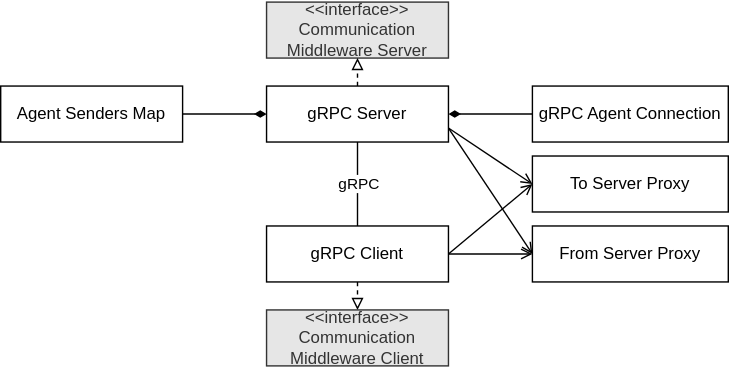
Before: grpc/doc/swdesign/drawio/unit_overview.drawio.svg, a diagram exported from draw.io (eclipse-ankaios/ankaios). Source tidied: cells renumbered, new cells last; positions are measured from the earlier drawing's top-left corner, leaving out a move shared by most shapes.
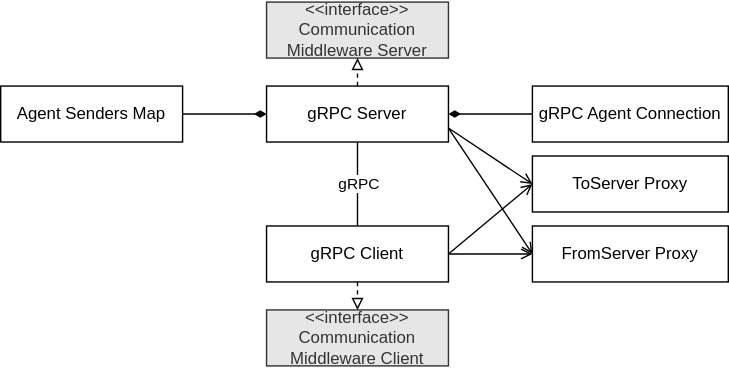
After the change.

Commit message:
Unifying ToServer and FromServer naming

Diff of the diagram source:
```diff
@@ -46,10 +46,10 @@
     <mxCell id="15" value="gRPC Client" style="rounded=0;whiteSpace=wrap;html=1;" parent="1" vertex="1">
       <mxGeometry x="190" y="160" width="130" height="40" as="geometry" />
     </mxCell>
-    <mxCell id="16" value="To Server Proxy" style="rounded=0;whiteSpace=wrap;html=1;" parent="1" vertex="1">
+    <mxCell id="16" value="ToServer Proxy" style="rounded=0;whiteSpace=wrap;html=1;" parent="1" vertex="1">
       <mxGeometry x="380" y="110" width="140" height="40" as="geometry" />
     </mxCell>
-    <mxCell id="17" value="From Server Proxy" style="rounded=0;whiteSpace=wrap;html=1;" parent="1" vertex="1">
+    <mxCell id="17" value="FromServer Proxy" style="rounded=0;whiteSpace=wrap;html=1;" parent="1" vertex="1">
       <mxGeometry x="380" y="160" width="140" height="40" as="geometry" />
     </mxCell>
     <mxCell id="18" value="Agent Senders Map" style="rounded=0;whiteSpace=wrap;html=1;" parent="1" vertex="1">
```
